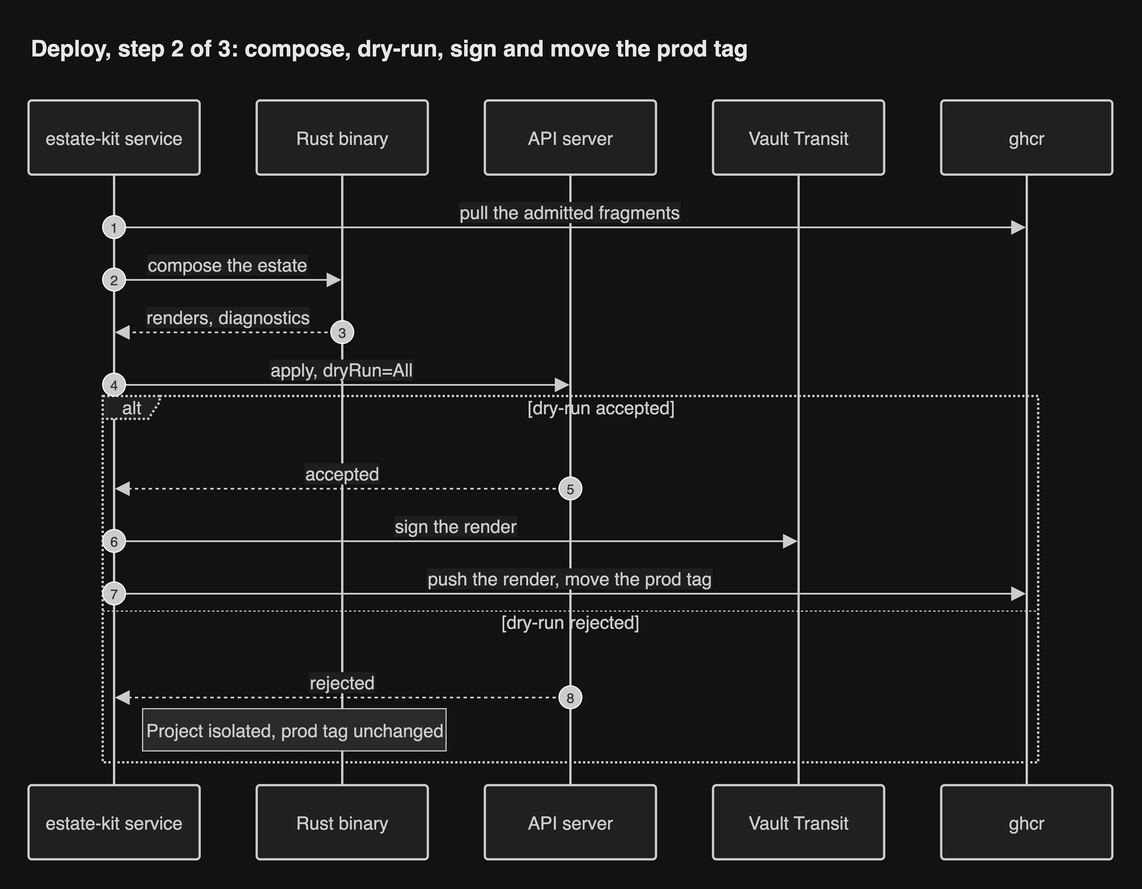
Above: docs/diagrams/png/seq-deploy-2-dryrun.png in JorisJonkers-dev/estate-kit (draw.io), before the change. Source tidied: cells renumbered, new cells last; positions are measured from the earlier drawing's top-left corner, leaving out a move shared by most shapes.
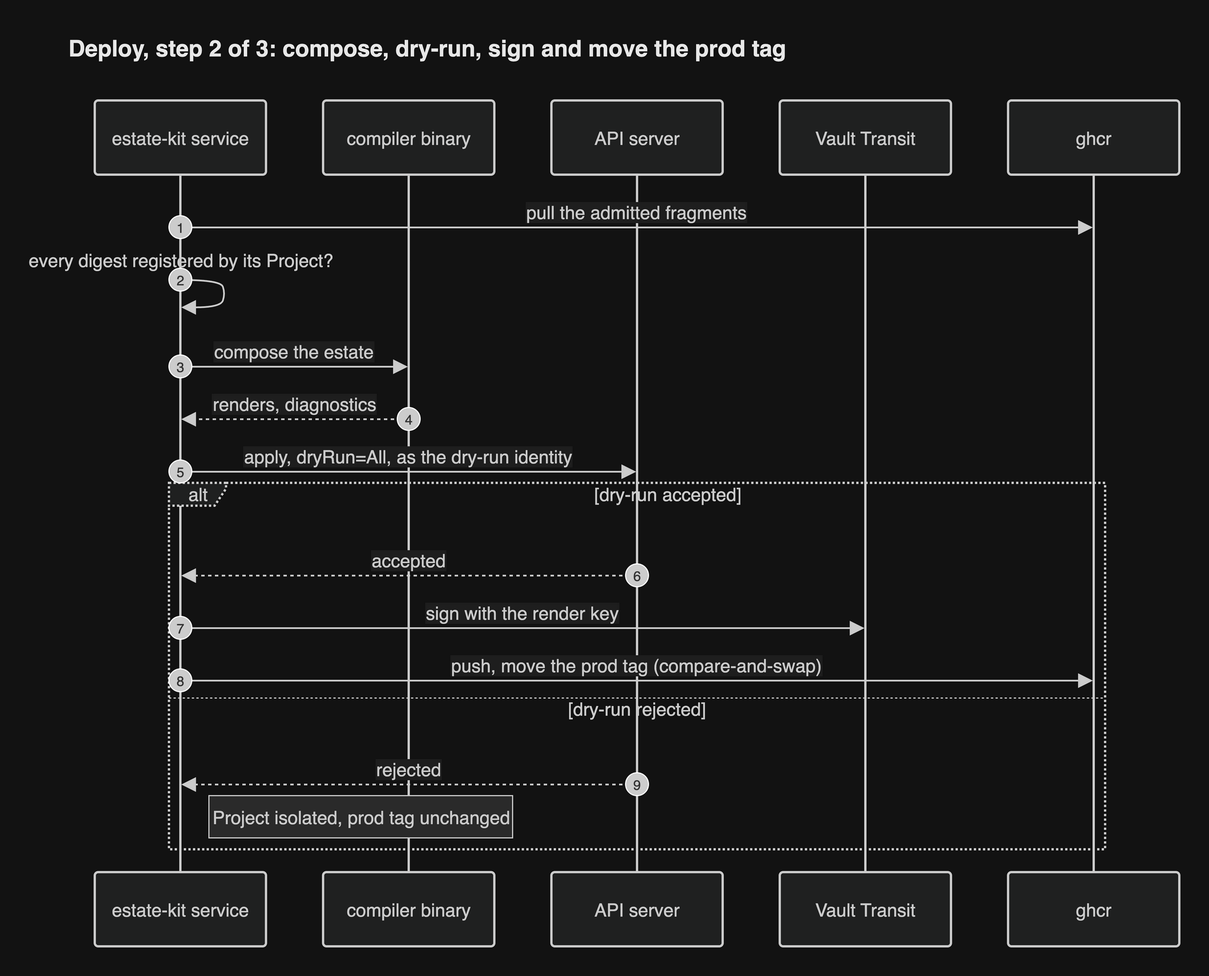
The same diagram one commit later.

What changed in the source:
```diff
@@ -3,22 +3,22 @@
     <mxCell id="0" />
     <mxCell id="1" parent="0" />
     <mxCell id="2" value="estate-kit service" style="html=1;shape=umlLifeline;perimeter=lifelinePerimeter;whiteSpace=wrap;outlineConnect=0;portConstraint=eastwest;newEdgeStyle={&quot;edgeStyle&quot;:&quot;sequenceEdgeStyle&quot;,&quot;libavoidRouting&quot;:0,&quot;curved&quot;:0,&quot;rounded&quot;:0};lifelineDashed=0;strokeWidth=2;rounded=1;absoluteArcSize=1;arcSize=6;lifelineColor=light-dark(#9370DB,#cccccc);size=65;lifelineMirror=1;fillColor=light-dark(#ECECFF,#1f2020);strokeColor=light-dark(#9370DB,#cccccc);fontColor=light-dark(#333333,#cccccc);fontSize=16;fontFamily=Helvetica;" parent="1" vertex="1">
-      <mxGeometry y="64" width="150" height="665" as="geometry" />
+      <mxGeometry y="64" width="150" height="741" as="geometry" />
     </mxCell>
-    <mxCell id="3" value="Rust binary" style="html=1;shape=umlLifeline;perimeter=lifelinePerimeter;whiteSpace=wrap;outlineConnect=0;portConstraint=eastwest;newEdgeStyle={&quot;edgeStyle&quot;:&quot;sequenceEdgeStyle&quot;,&quot;libavoidRouting&quot;:0,&quot;curved&quot;:0,&quot;rounded&quot;:0};lifelineDashed=0;strokeWidth=2;rounded=1;absoluteArcSize=1;arcSize=6;lifelineColor=light-dark(#9370DB,#cccccc);size=65;lifelineMirror=1;fillColor=light-dark(#ECECFF,#1f2020);strokeColor=light-dark(#9370DB,#cccccc);fontColor=light-dark(#333333,#cccccc);fontSize=16;fontFamily=Helvetica;" parent="1" vertex="1">
-      <mxGeometry x="200" y="64" width="150" height="665" as="geometry" />
+    <mxCell id="3" value="compiler binary" style="html=1;shape=umlLifeline;perimeter=lifelinePerimeter;whiteSpace=wrap;outlineConnect=0;portConstraint=eastwest;newEdgeStyle={&quot;edgeStyle&quot;:&quot;sequenceEdgeStyle&quot;,&quot;libavoidRouting&quot;:0,&quot;curved&quot;:0,&quot;rounded&quot;:0};lifelineDashed=0;strokeWidth=2;rounded=1;absoluteArcSize=1;arcSize=6;lifelineColor=light-dark(#9370DB,#cccccc);size=65;lifelineMirror=1;fillColor=light-dark(#ECECFF,#1f2020);strokeColor=light-dark(#9370DB,#cccccc);fontColor=light-dark(#333333,#cccccc);fontSize=16;fontFamily=Helvetica;" parent="1" vertex="1">
+      <mxGeometry x="200" y="64" width="150" height="741" as="geometry" />
     </mxCell>
     <mxCell id="4" value="API server" style="html=1;shape=umlLifeline;perimeter=lifelinePerimeter;whiteSpace=wrap;outlineConnect=0;portConstraint=eastwest;newEdgeStyle={&quot;edgeStyle&quot;:&quot;sequenceEdgeStyle&quot;,&quot;libavoidRouting&quot;:0,&quot;curved&quot;:0,&quot;rounded&quot;:0};lifelineDashed=0;strokeWidth=2;rounded=1;absoluteArcSize=1;arcSize=6;lifelineColor=light-dark(#9370DB,#cccccc);size=65;lifelineMirror=1;fillColor=light-dark(#ECECFF,#1f2020);strokeColor=light-dark(#9370DB,#cccccc);fontColor=light-dark(#333333,#cccccc);fontSize=16;fontFamily=Helvetica;" parent="1" vertex="1">
-      <mxGeometry x="400" y="64" width="150" height="665" as="geometry" />
+      <mxGeometry x="400" y="64" width="150" height="741" as="geometry" />
     </mxCell>
     <mxCell id="5" value="Vault Transit" style="html=1;shape=umlLifeline;perimeter=lifelinePerimeter;whiteSpace=wrap;outlineConnect=0;portConstraint=eastwest;newEdgeStyle={&quot;edgeStyle&quot;:&quot;sequenceEdgeStyle&quot;,&quot;libavoidRouting&quot;:0,&quot;curved&quot;:0,&quot;rounded&quot;:0};lifelineDashed=0;strokeWidth=2;rounded=1;absoluteArcSize=1;arcSize=6;lifelineColor=light-dark(#9370DB,#cccccc);size=65;lifelineMirror=1;fillColor=light-dark(#ECECFF,#1f2020);strokeColor=light-dark(#9370DB,#cccccc);fontColor=light-dark(#333333,#cccccc);fontSize=16;fontFamily=Helvetica;" parent="1" vertex="1">
-      <mxGeometry x="600" y="64" width="150" height="665" as="geometry" />
+      <mxGeometry x="600" y="64" width="150" height="741" as="geometry" />
     </mxCell>
     <mxCell id="6" value="ghcr" style="html=1;shape=umlLifeline;perimeter=lifelinePerimeter;whiteSpace=wrap;outlineConnect=0;portConstraint=eastwest;newEdgeStyle={&quot;edgeStyle&quot;:&quot;sequenceEdgeStyle&quot;,&quot;libavoidRouting&quot;:0,&quot;curved&quot;:0,&quot;rounded&quot;:0};lifelineDashed=0;strokeWidth=2;rounded=1;absoluteArcSize=1;arcSize=6;lifelineColor=light-dark(#9370DB,#cccccc);size=65;lifelineMirror=1;fillColor=light-dark(#ECECFF,#1f2020);strokeColor=light-dark(#9370DB,#cccccc);fontColor=light-dark(#333333,#cccccc);fontSize=16;fontFamily=Helvetica;" parent="1" vertex="1">
-      <mxGeometry x="800" y="64" width="150" height="665" as="geometry" />
+      <mxGeometry x="800" y="64" width="150" height="741" as="geometry" />
     </mxCell>
     <mxCell id="7" value="alt" style="html=1;shape=umlFrame;dashed=1;fixDash=1;dashPattern=2 2;strokeWidth=2;fillColor=light-dark(#ECECFF,#1f2020);strokeColor=light-dark(#9370DB,#cccccc);fontSize=16;align=center;verticalAlign=middle;fontColor=light-dark(#333333,#cccccc);height=20;width=50;fontFamily=Helvetica;" parent="1" vertex="1">
-      <mxGeometry x="65" y="323" width="820" height="321" as="geometry" />
+      <mxGeometry x="65" y="399" width="820" height="321" as="geometry" />
     </mxCell>
     <mxCell id="8" value="[dry-run accepted]" style="text;strokeColor=none;fillColor=none;align=center;verticalAlign=middle;whiteSpace=wrap;fontSize=16;fontColor=light-dark(#333333,#cccccc);fontFamily=Helvetica;" parent="7" vertex="1">
       <mxGeometry x="54" y="2" width="766" height="16" as="geometry" />
@@ -39,81 +39,96 @@
     <mxCell id="12" value="1" style="ellipse;fillColor=light-dark(#333333,#cccccc);align=center;verticalAlign=middle;fontColor=light-dark(#FFFFFF,#333333);fontSize=12;fontFamily=Helvetica;" parent="1" vertex="1">
       <mxGeometry x="65" y="165" width="20" height="20" as="geometry" />
     </mxCell>
-    <mxCell id="13" value="compose the estate" style="endArrow=block;endSize=9;verticalAlign=bottom;spacingBottom=2;edgeStyle=sequenceEdgeStyle;libavoidRouting=0;curved=0;rounded=0;fontSize=16;strokeWidth=1.5;strokeColor=light-dark(#333333,#cccccc);fontColor=light-dark(#333333,#cccccc);fontFamily=Helvetica;labelBackgroundColor=light-dark(#ffffff,#1e1e1e);" parent="1" edge="1" source="2" target="3">
+    <mxCell id="13" style="edgeStyle=sequenceEdgeStyle;libavoidRouting=0;curved=1;endArrow=block;endSize=9;verticalAlign=bottom;align=center;fontSize=16;strokeWidth=1.5;strokeColor=light-dark(#333333,#cccccc);fontColor=light-dark(#333333,#cccccc);fontFamily=Helvetica;labelBackgroundColor=light-dark(#ffffff,#1e1e1e);" parent="1" edge="1" source="2" target="2">
       <mxGeometry relative="1" as="geometry">
         <Array as="points">
-          <mxPoint x="175" y="221" />
+          <mxPoint x="110" y="221" />
+          <mxPoint x="114" y="233" />
+          <mxPoint x="110" y="245" />
         </Array>
       </mxGeometry>
     </mxCell>
-    <mxCell id="14" value="2" style="ellipse;fillColor=light-dark(#333333,#cccccc);align=center;verticalAlign=middle;fontColor=light-dark(#FFFFFF,#333333);fontSize=12;fontFamily=Helvetica;" parent="1" vertex="1">
-      <mxGeometry x="65" y="211" width="20" height="20" as="geometry" />
+    <mxCell id="14" value="every digest registered by its Project?" style="text;html=1;strokeColor=none;fillColor=none;align=center;verticalAlign=middle;fontSize=16;fontColor=light-dark(#333333,#cccccc);fontFamily=Helvetica;" parent="1" vertex="1">
+      <mxGeometry x="-25" y="195" width="200" height="18" as="geometry" />
     </mxCell>
-    <mxCell id="15" value="renders, diagnostics" style="dashed=1;fixDash=1;dashPattern=3 3;endArrow=block;endSize=9;verticalAlign=bottom;spacingBottom=2;edgeStyle=sequenceEdgeStyle;libavoidRouting=0;curved=0;rounded=0;fontSize=16;strokeWidth=1.5;strokeColor=light-dark(#333333,#cccccc);fontColor=light-dark(#333333,#cccccc);fontFamily=Helvetica;labelBackgroundColor=light-dark(#ffffff,#1e1e1e);" parent="1" edge="1" source="3" target="2">
-      <mxGeometry relative="1" as="geometry">
-        <Array as="points">
-          <mxPoint x="175" y="267" />
-        </Array>
-      </mxGeometry>
+    <mxCell id="15" value="2" style="ellipse;fillColor=light-dark(#333333,#cccccc);align=center;verticalAlign=middle;fontColor=light-dark(#FFFFFF,#333333);fontSize=12;fontFamily=Helvetica;" parent="1" vertex="1">
+      <mxGeometry x="65" y="211" width="20" height="20" as="geometry" />
     </mxCell>
-    <mxCell id="16" value="3" style="ellipse;fillColor=light-dark(#333333,#cccccc);align=center;verticalAlign=middle;fontColor=light-dark(#FFFFFF,#333333);fontSize=12;fontFamily=Helvetica;" parent="1" vertex="1">
-      <mxGeometry x="265" y="257" width="20" height="20" as="geometry" />
+    <mxCell id="16" value="compose the estate" style="endArrow=block;endSize=9;verticalAlign=bottom;spacingBottom=2;edgeStyle=sequenceEdgeStyle;libavoidRouting=0;curved=0;rounded=0;fontSize=16;strokeWidth=1.5;strokeColor=light-dark(#333333,#cccccc);fontColor=light-dark(#333333,#cccccc);fontFamily=Helvetica;labelBackgroundColor=light-dark(#ffffff,#1e1e1e);" parent="1" edge="1" source="2" target="3">
+      <mxGeometry relative="1" as="geometry">
+        <Array as="points">
+          <mxPoint x="175" y="297" />
+        </Array>
+      </mxGeometry>
     </mxCell>
-    <mxCell id="17" value="apply, dryRun=All" style="endArrow=block;endSize=9;verticalAlign=bottom;spacingBottom=2;edgeStyle=sequenceEdgeStyle;libavoidRouting=0;curved=0;rounded=0;fontSize=16;strokeWidth=1.5;strokeColor=light-dark(#333333,#cccccc);fontColor=light-dark(#333333,#cccccc);fontFamily=Helvetica;labelBackgroundColor=light-dark(#ffffff,#1e1e1e);" parent="1" edge="1" source="2" target="4">
-      <mxGeometry relative="1" as="geometry">
-        <Array as="points">
-          <mxPoint x="275" y="313" />
-        </Array>
-      </mxGeometry>
+    <mxCell id="17" value="3" style="ellipse;fillColor=light-dark(#333333,#cccccc);align=center;verticalAlign=middle;fontColor=light-dark(#FFFFFF,#333333);fontSize=12;fontFamily=Helvetica;" parent="1" vertex="1">
+      <mxGeometry x="65" y="287" width="20" height="20" as="geometry" />
     </mxCell>
-    <mxCell id="18" value="4" style="ellipse;fillColor=light-dark(#333333,#cccccc);align=center;verticalAlign=middle;fontColor=light-dark(#FFFFFF,#333333);fontSize=12;fontFamily=Helvetica;" parent="1" vertex="1">
-      <mxGeometry x="65" y="303" width="20" height="20" as="geometry" />
+    <mxCell id="18" value="renders, diagnostics" style="dashed=1;fixDash=1;dashPattern=3 3;endArrow=block;endSize=9;verticalAlign=bottom;spacingBottom=2;edgeStyle=sequenceEdgeStyle;libavoidRouting=0;curved=0;rounded=0;fontSize=16;strokeWidth=1.5;strokeColor=light-dark(#333333,#cccccc);fontColor=light-dark(#333333,#cccccc);fontFamily=Helvetica;labelBackgroundColor=light-dark(#ffffff,#1e1e1e);" parent="1" edge="1" source="3" target="2">
+      <mxGeometry relative="1" as="geometry">
+        <Array as="points">
+          <mxPoint x="175" y="343" />
+        </Array>
+      </mxGeometry>
     </mxCell>
-    <mxCell id="19" value="accepted" style="dashed=1;fixDash=1;dashPattern=3 3;endArrow=block;endSize=9;verticalAlign=bottom;spacingBottom=2;edgeStyle=sequenceEdgeStyle;libavoidRouting=0;curved=0;rounded=0;fontSize=16;strokeWidth=1.5;strokeColor=light-dark(#333333,#cccccc);fontColor=light-dark(#333333,#cccccc);fontFamily=Helvetica;labelBackgroundColor=light-dark(#ffffff,#1e1e1e);" parent="1" edge="1" source="4" target="2">
-      <mxGeometry relative="1" as="geometry">
-        <Array as="points">
-          <mxPoint x="275" y="404" />
-        </Array>
-      </mxGeometry>
+    <mxCell id="19" value="4" style="ellipse;fillColor=light-dark(#333333,#cccccc);align=center;verticalAlign=middle;fontColor=light-dark(#FFFFFF,#333333);fontSize=12;fontFamily=Helvetica;" parent="1" vertex="1">
+      <mxGeometry x="265" y="333" width="20" height="20" as="geometry" />
     </mxCell>
-    <mxCell id="20" value="5" style="ellipse;fillColor=light-dark(#333333,#cccccc);align=center;verticalAlign=middle;fontColor=light-dark(#FFFFFF,#333333);fontSize=12;fontFamily=Helvetica;" parent="1" vertex="1">
-      <mxGeometry x="465" y="394" width="20" height="20" as="geometry" />
+    <mxCell id="20" value="apply, dryRun=All, as the dry-run identity" style="endArrow=block;endSize=9;verticalAlign=bottom;spacingBottom=2;edgeStyle=sequenceEdgeStyle;libavoidRouting=0;curved=0;rounded=0;fontSize=16;strokeWidth=1.5;strokeColor=light-dark(#333333,#cccccc);fontColor=light-dark(#333333,#cccccc);fontFamily=Helvetica;labelBackgroundColor=light-dark(#ffffff,#1e1e1e);" parent="1" edge="1" source="2" target="4">
+      <mxGeometry relative="1" as="geometry">
+        <Array as="points">
+          <mxPoint x="275" y="389" />
+        </Array>
+      </mxGeometry>
     </mxCell>
-    <mxCell id="21" value="sign the render" style="endArrow=block;endSize=9;verticalAlign=bottom;spacingBottom=2;edgeStyle=sequenceEdgeStyle;libavoidRouting=0;curved=0;rounded=0;fontSize=16;strokeWidth=1.5;strokeColor=light-dark(#333333,#cccccc);fontColor=light-dark(#333333,#cccccc);fontFamily=Helvetica;labelBackgroundColor=light-dark(#ffffff,#1e1e1e);" parent="1" edge="1" source="2" target="5">
-      <mxGeometry relative="1" as="geometry">
-        <Array as="points">
-          <mxPoint x="375" y="450" />
-        </Array>
-      </mxGeometry>
+    <mxCell id="21" value="5" style="ellipse;fillColor=light-dark(#333333,#cccccc);align=center;verticalAlign=middle;fontColor=light-dark(#FFFFFF,#333333);fontSize=12;fontFamily=Helvetica;" parent="1" vertex="1">
+      <mxGeometry x="65" y="379" width="20" height="20" as="geometry" />
     </mxCell>
-    <mxCell id="22" value="6" style="ellipse;fillColor=light-dark(#333333,#cccccc);align=center;verticalAlign=middle;fontColor=light-dark(#FFFFFF,#333333);fontSize=12;fontFamily=Helvetica;" parent="1" vertex="1">
-      <mxGeometry x="65" y="440" width="20" height="20" as="geometry" />
+    <mxCell id="22" value="accepted" style="dashed=1;fixDash=1;dashPattern=3 3;endArrow=block;endSize=9;verticalAlign=bottom;spacingBottom=2;edgeStyle=sequenceEdgeStyle;libavoidRouting=0;curved=0;rounded=0;fontSize=16;strokeWidth=1.5;strokeColor=light-dark(#333333,#cccccc);fontColor=light-dark(#333333,#cccccc);fontFamily=Helvetica;labelBackgroundColor=light-dark(#ffffff,#1e1e1e);" parent="1" edge="1" source="4" target="2">
+      <mxGeometry relative="1" as="geometry">
+        <Array as="points">
+          <mxPoint x="275" y="480" />
+        </Array>
+      </mxGeometry>
     </mxCell>
-    <mxCell id="23" value="push the render, move the prod tag" style="endArrow=block;endSize=9;verticalAlign=bottom;spacingBottom=2;edgeStyle=sequenceEdgeStyle;libavoidRouting=0;curved=0;rounded=0;fontSize=16;strokeWidth=1.5;strokeColor=light-dark(#333333,#cccccc);fontColor=light-dark(#333333,#cccccc);fontFamily=Helvetica;labelBackgroundColor=light-dark(#ffffff,#1e1e1e);" parent="1" edge="1" source="2" target="6">
-      <mxGeometry relative="1" as="geometry">
-        <Array as="points">
-          <mxPoint x="475" y="496" />
-        </Array>
-      </mxGeometry>
+    <mxCell id="23" value="6" style="ellipse;fillColor=light-dark(#333333,#cccccc);align=center;verticalAlign=middle;fontColor=light-dark(#FFFFFF,#333333);fontSize=12;fontFamily=Helvetica;" parent="1" vertex="1">
+      <mxGeometry x="465" y="470" width="20" height="20" as="geometry" />
     </mxCell>
-    <mxCell id="24" value="7" style="ellipse;fillColor=light-dark(#333333,#cccccc);align=center;verticalAlign=middle;fontColor=light-dark(#FFFFFF,#333333);fontSize=12;fontFamily=Helvetica;" parent="1" vertex="1">
-      <mxGeometry x="65" y="486" width="20" height="20" as="geometry" />
+    <mxCell id="24" value="sign with the render key" style="endArrow=block;endSize=9;verticalAlign=bottom;spacingBottom=2;edgeStyle=sequenceEdgeStyle;libavoidRouting=0;curved=0;rounded=0;fontSize=16;strokeWidth=1.5;strokeColor=light-dark(#333333,#cccccc);fontColor=light-dark(#333333,#cccccc);fontFamily=Helvetica;labelBackgroundColor=light-dark(#ffffff,#1e1e1e);" parent="1" edge="1" source="2" target="5">
+      <mxGeometry relative="1" as="geometry">
+        <Array as="points">
+          <mxPoint x="375" y="526" />
+        </Array>
+      </mxGeometry>
     </mxCell>
-    <mxCell id="25" value="rejected" style="dashed=1;fixDash=1;dashPattern=3 3;endArrow=block;endSize=9;verticalAlign=bottom;spacingBottom=2;edgeStyle=sequenceEdgeStyle;libavoidRouting=0;curved=0;rounded=0;fontSize=16;strokeWidth=1.5;strokeColor=light-dark(#333333,#cccccc);fontColor=light-dark(#333333,#cccccc);fontFamily=Helvetica;labelBackgroundColor=light-dark(#ffffff,#1e1e1e);" parent="1" edge="1" source="4" target="2">
-      <mxGeometry relative="1" as="geometry">
-        <Array as="points">
-          <mxPoint x="275" y="587" />
-        </Array>
-      </mxGeometry>
+    <mxCell id="25" value="7" style="ellipse;fillColor=light-dark(#333333,#cccccc);align=center;verticalAlign=middle;fontColor=light-dark(#FFFFFF,#333333);fontSize=12;fontFamily=Helvetica;" parent="1" vertex="1">
+      <mxGeometry x="65" y="516" width="20" height="20" as="geometry" />
     </mxCell>
-    <mxCell id="26" value="8" style="ellipse;fillColor=light-dark(#333333,#cccccc);align=center;verticalAlign=middle;fontColor=light-dark(#FFFFFF,#333333);fontSize=12;fontFamily=Helvetica;" parent="1" vertex="1">
-      <mxGeometry x="465" y="577" width="20" height="20" as="geometry" />
+    <mxCell id="26" value="push, move the prod tag (compare-and-swap)" style="endArrow=block;endSize=9;verticalAlign=bottom;spacingBottom=2;edgeStyle=sequenceEdgeStyle;libavoidRouting=0;curved=0;rounded=0;fontSize=16;strokeWidth=1.5;strokeColor=light-dark(#333333,#cccccc);fontColor=light-dark(#333333,#cccccc);fontFamily=Helvetica;labelBackgroundColor=light-dark(#ffffff,#1e1e1e);" parent="1" edge="1" source="2" target="6">
+      <mxGeometry relative="1" as="geometry">
+        <Array as="points">
+          <mxPoint x="475" y="572" />
+        </Array>
+      </mxGeometry>
     </mxCell>
-    <mxCell id="27" value="Project isolated, prod tag unchanged" style="html=1;fillColor=light-dark(#fff5ad,#2a2a2a);strokeColor=light-dark(#aaaa33,#cccccc);fontColor=light-dark(#333333,#cccccc);fontSize=16;fontFamily=Helvetica;" parent="1" vertex="1">
-      <mxGeometry x="100" y="597" width="266" height="37" as="geometry" />
+    <mxCell id="27" value="8" style="ellipse;fillColor=light-dark(#333333,#cccccc);align=center;verticalAlign=middle;fontColor=light-dark(#FFFFFF,#333333);fontSize=12;fontFamily=Helvetica;" parent="1" vertex="1">
+      <mxGeometry x="65" y="562" width="20" height="20" as="geometry" />
     </mxCell>
+    <mxCell id="29" value="rejected" style="dashed=1;fixDash=1;dashPattern=3 3;endArrow=block;endSize=9;verticalAlign=bottom;spacingBottom=2;edgeStyle=sequenceEdgeStyle;libavoidRouting=0;curved=0;rounded=0;fontSize=16;strokeWidth=1.5;strokeColor=light-dark(#333333,#cccccc);fontColor=light-dark(#333333,#cccccc);fontFamily=Helvetica;labelBackgroundColor=light-dark(#ffffff,#1e1e1e);" parent="1" edge="1" source="4" target="2">
+      <mxGeometry relative="1" as="geometry">
+        <Array as="points">
+          <mxPoint x="275" y="663" />
+        </Array>
+      </mxGeometry>
+    </mxCell>
+    <mxCell id="30" value="9" style="ellipse;fillColor=light-dark(#333333,#cccccc);align=center;verticalAlign=middle;fontColor=light-dark(#FFFFFF,#333333);fontSize=12;fontFamily=Helvetica;" parent="1" vertex="1">
+      <mxGeometry x="465" y="653" width="20" height="20" as="geometry" />
+    </mxCell>
+    <mxCell id="31" value="Project isolated, prod tag unchanged" style="html=1;fillColor=light-dark(#fff5ad,#2a2a2a);strokeColor=light-dark(#aaaa33,#cccccc);fontColor=light-dark(#333333,#cccccc);fontSize=16;fontFamily=Helvetica;" parent="1" vertex="1">
+      <mxGeometry x="100" y="673" width="266" height="37" as="geometry" />
+    </mxCell>
     <mxCell id="28" value="Deploy, step 2 of 3: compose, dry-run, sign and move the prod tag" style="text;html=1;whiteSpace=wrap;align=left;verticalAlign=middle;fontSize=20;fontStyle=1;fontColor=light-dark(#1a1a1a,#e8e8e8);fontFamily=Helvetica;" parent="1" vertex="1">
-      <mxGeometry width="950" height="36" as="geometry" />
+      <mxGeometry x="-25" width="975" height="36" as="geometry" />
     </mxCell>
   </root>
 </mxGraphModel>
```
